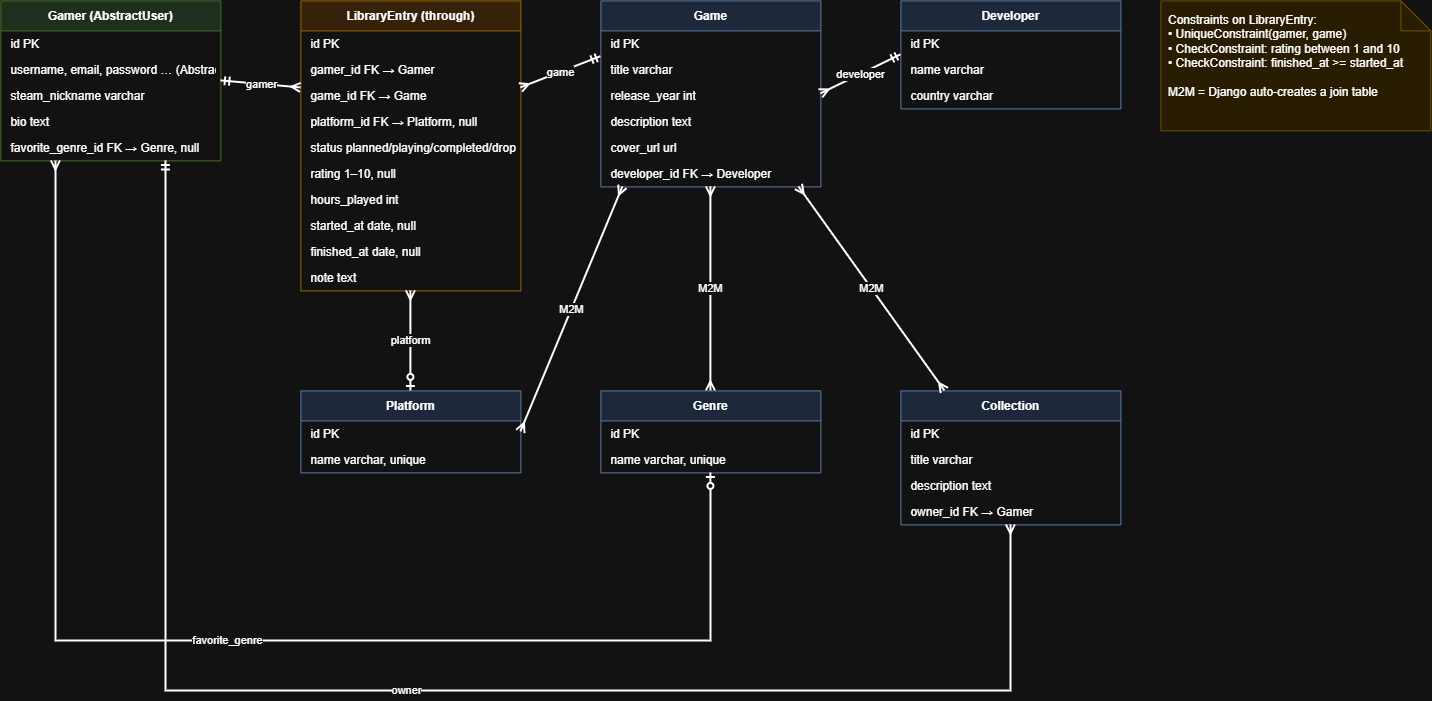
Earlier version of the draw.io export docs/backlog_vault_db.png (CemXokenc/backlog_vault). Source tidied: cells renumbered, new cells last; positions are measured from the earlier drawing's top-left corner, leaving out a move shared by most shapes. The source it was exported from:
```xml
<mxGraphModel>
  <root>
    <mxCell id="0" />
    <mxCell id="1" parent="0" />
    <mxCell id="2" value="Gamer (AbstractUser)" style="swimlane;fontStyle=1;horizontal=1;startSize=30;fillColor=#d5e8d4;strokeColor=#82b366;" parent="1" vertex="1">
      <mxGeometry width="220" height="160" as="geometry" />
    </mxCell>
    <mxCell id="3" value="id  PK" style="text;strokeColor=none;fillColor=none;align=left;verticalAlign=middle;spacingLeft=8;spacingRight=4;overflow=hidden;fontSize=12;" parent="2" vertex="1">
      <mxGeometry y="30" width="220" height="26" as="geometry" />
    </mxCell>
    <mxCell id="4" value="username, email, password … (AbstractUser)" style="text;strokeColor=none;fillColor=none;align=left;verticalAlign=middle;spacingLeft=8;spacingRight=4;overflow=hidden;fontSize=12;" parent="2" vertex="1">
      <mxGeometry y="56" width="220" height="26" as="geometry" />
    </mxCell>
    <mxCell id="5" value="steam_nickname  varchar" style="text;strokeColor=none;fillColor=none;align=left;verticalAlign=middle;spacingLeft=8;spacingRight=4;overflow=hidden;fontSize=12;" parent="2" vertex="1">
      <mxGeometry y="82" width="220" height="26" as="geometry" />
    </mxCell>
    <mxCell id="6" value="bio  text" style="text;strokeColor=none;fillColor=none;align=left;verticalAlign=middle;spacingLeft=8;spacingRight=4;overflow=hidden;fontSize=12;" parent="2" vertex="1">
      <mxGeometry y="108" width="220" height="26" as="geometry" />
    </mxCell>
    <mxCell id="7" value="favorite_genre_id  FK → Genre, null" style="text;strokeColor=none;fillColor=none;align=left;verticalAlign=middle;spacingLeft=8;spacingRight=4;overflow=hidden;fontSize=12;" parent="2" vertex="1">
      <mxGeometry y="134" width="220" height="26" as="geometry" />
    </mxCell>
    <mxCell id="8" value="LibraryEntry (through)" style="swimlane;fontStyle=1;horizontal=1;startSize=30;fillColor=#ffe6cc;strokeColor=#d79b00;" parent="1" vertex="1">
      <mxGeometry x="300" width="220" height="290" as="geometry" />
    </mxCell>
    <mxCell id="9" value="id  PK" style="text;strokeColor=none;fillColor=none;align=left;verticalAlign=middle;spacingLeft=8;spacingRight=4;overflow=hidden;fontSize=12;" parent="8" vertex="1">
      <mxGeometry y="30" width="220" height="26" as="geometry" />
    </mxCell>
    <mxCell id="10" value="gamer_id  FK → Gamer" style="text;strokeColor=none;fillColor=none;align=left;verticalAlign=middle;spacingLeft=8;spacingRight=4;overflow=hidden;fontSize=12;" parent="8" vertex="1">
      <mxGeometry y="56" width="220" height="26" as="geometry" />
    </mxCell>
    <mxCell id="11" value="game_id  FK → Game" style="text;strokeColor=none;fillColor=none;align=left;verticalAlign=middle;spacingLeft=8;spacingRight=4;overflow=hidden;fontSize=12;" parent="8" vertex="1">
      <mxGeometry y="82" width="220" height="26" as="geometry" />
    </mxCell>
    <mxCell id="12" value="platform_id  FK → Platform, null" style="text;strokeColor=none;fillColor=none;align=left;verticalAlign=middle;spacingLeft=8;spacingRight=4;overflow=hidden;fontSize=12;" parent="8" vertex="1">
      <mxGeometry y="108" width="220" height="26" as="geometry" />
    </mxCell>
    <mxCell id="13" value="status  planned/playing/completed/dropped" style="text;strokeColor=none;fillColor=none;align=left;verticalAlign=middle;spacingLeft=8;spacingRight=4;overflow=hidden;fontSize=12;" parent="8" vertex="1">
      <mxGeometry y="134" width="220" height="26" as="geometry" />
    </mxCell>
    <mxCell id="14" value="rating  1–10, null" style="text;strokeColor=none;fillColor=none;align=left;verticalAlign=middle;spacingLeft=8;spacingRight=4;overflow=hidden;fontSize=12;" parent="8" vertex="1">
      <mxGeometry y="160" width="220" height="26" as="geometry" />
    </mxCell>
    <mxCell id="15" value="hours_played  int" style="text;strokeColor=none;fillColor=none;align=left;verticalAlign=middle;spacingLeft=8;spacingRight=4;overflow=hidden;fontSize=12;" parent="8" vertex="1">
      <mxGeometry y="186" width="220" height="26" as="geometry" />
    </mxCell>
    <mxCell id="16" value="started_at  date, null" style="text;strokeColor=none;fillColor=none;align=left;verticalAlign=middle;spacingLeft=8;spacingRight=4;overflow=hidden;fontSize=12;" parent="8" vertex="1">
      <mxGeometry y="212" width="220" height="26" as="geometry" />
    </mxCell>
    <mxCell id="17" value="finished_at  date, null" style="text;strokeColor=none;fillColor=none;align=left;verticalAlign=middle;spacingLeft=8;spacingRight=4;overflow=hidden;fontSize=12;" parent="8" vertex="1">
      <mxGeometry y="238" width="220" height="26" as="geometry" />
    </mxCell>
    <mxCell id="18" value="note  text" style="text;strokeColor=none;fillColor=none;align=left;verticalAlign=middle;spacingLeft=8;spacingRight=4;overflow=hidden;fontSize=12;" parent="8" vertex="1">
      <mxGeometry y="264" width="220" height="26" as="geometry" />
    </mxCell>
    <mxCell id="19" value="Game" style="swimlane;fontStyle=1;horizontal=1;startSize=30;fillColor=#dae8fc;strokeColor=#6c8ebf;" parent="1" vertex="1">
      <mxGeometry x="600" width="220" height="186" as="geometry" />
    </mxCell>
    <mxCell id="20" value="id  PK" style="text;strokeColor=none;fillColor=none;align=left;verticalAlign=middle;spacingLeft=8;spacingRight=4;overflow=hidden;fontSize=12;" parent="19" vertex="1">
      <mxGeometry y="30" width="220" height="26" as="geometry" />
    </mxCell>
    <mxCell id="21" value="title  varchar" style="text;strokeColor=none;fillColor=none;align=left;verticalAlign=middle;spacingLeft=8;spacingRight=4;overflow=hidden;fontSize=12;" parent="19" vertex="1">
      <mxGeometry y="56" width="220" height="26" as="geometry" />
    </mxCell>
    <mxCell id="22" value="release_year  int" style="text;strokeColor=none;fillColor=none;align=left;verticalAlign=middle;spacingLeft=8;spacingRight=4;overflow=hidden;fontSize=12;" parent="19" vertex="1">
      <mxGeometry y="82" width="220" height="26" as="geometry" />
    </mxCell>
    <mxCell id="23" value="description  text" style="text;strokeColor=none;fillColor=none;align=left;verticalAlign=middle;spacingLeft=8;spacingRight=4;overflow=hidden;fontSize=12;" parent="19" vertex="1">
      <mxGeometry y="108" width="220" height="26" as="geometry" />
    </mxCell>
    <mxCell id="24" value="cover_url  url" style="text;strokeColor=none;fillColor=none;align=left;verticalAlign=middle;spacingLeft=8;spacingRight=4;overflow=hidden;fontSize=12;" parent="19" vertex="1">
      <mxGeometry y="134" width="220" height="26" as="geometry" />
    </mxCell>
    <mxCell id="25" value="developer_id  FK → Developer" style="text;strokeColor=none;fillColor=none;align=left;verticalAlign=middle;spacingLeft=8;spacingRight=4;overflow=hidden;fontSize=12;" parent="19" vertex="1">
      <mxGeometry y="160" width="220" height="26" as="geometry" />
    </mxCell>
    <mxCell id="26" value="Developer" style="swimlane;fontStyle=1;horizontal=1;startSize=30;fillColor=#dae8fc;strokeColor=#6c8ebf;" parent="1" vertex="1">
      <mxGeometry x="900" width="220" height="108" as="geometry" />
    </mxCell>
    <mxCell id="27" value="id  PK" style="text;strokeColor=none;fillColor=none;align=left;verticalAlign=middle;spacingLeft=8;spacingRight=4;overflow=hidden;fontSize=12;" parent="26" vertex="1">
      <mxGeometry y="30" width="220" height="26" as="geometry" />
    </mxCell>
    <mxCell id="28" value="name  varchar" style="text;strokeColor=none;fillColor=none;align=left;verticalAlign=middle;spacingLeft=8;spacingRight=4;overflow=hidden;fontSize=12;" parent="26" vertex="1">
      <mxGeometry y="56" width="220" height="26" as="geometry" />
    </mxCell>
    <mxCell id="29" value="country  varchar" style="text;strokeColor=none;fillColor=none;align=left;verticalAlign=middle;spacingLeft=8;spacingRight=4;overflow=hidden;fontSize=12;" parent="26" vertex="1">
      <mxGeometry y="82" width="220" height="26" as="geometry" />
    </mxCell>
    <mxCell id="30" value="Platform" style="swimlane;fontStyle=1;horizontal=1;startSize=30;fillColor=#dae8fc;strokeColor=#6c8ebf;" parent="1" vertex="1">
      <mxGeometry x="300" y="390" width="220" height="82" as="geometry" />
    </mxCell>
    <mxCell id="31" value="id  PK" style="text;strokeColor=none;fillColor=none;align=left;verticalAlign=middle;spacingLeft=8;spacingRight=4;overflow=hidden;fontSize=12;" parent="30" vertex="1">
      <mxGeometry y="30" width="220" height="26" as="geometry" />
    </mxCell>
    <mxCell id="32" value="name  varchar, unique" style="text;strokeColor=none;fillColor=none;align=left;verticalAlign=middle;spacingLeft=8;spacingRight=4;overflow=hidden;fontSize=12;" parent="30" vertex="1">
      <mxGeometry y="56" width="220" height="26" as="geometry" />
    </mxCell>
    <mxCell id="33" value="Genre" style="swimlane;fontStyle=1;horizontal=1;startSize=30;fillColor=#dae8fc;strokeColor=#6c8ebf;" parent="1" vertex="1">
      <mxGeometry x="600" y="390" width="220" height="82" as="geometry" />
    </mxCell>
    <mxCell id="34" value="id  PK" style="text;strokeColor=none;fillColor=none;align=left;verticalAlign=middle;spacingLeft=8;spacingRight=4;overflow=hidden;fontSize=12;" parent="33" vertex="1">
      <mxGeometry y="30" width="220" height="26" as="geometry" />
    </mxCell>
    <mxCell id="35" value="name  varchar, unique" style="text;strokeColor=none;fillColor=none;align=left;verticalAlign=middle;spacingLeft=8;spacingRight=4;overflow=hidden;fontSize=12;" parent="33" vertex="1">
      <mxGeometry y="56" width="220" height="26" as="geometry" />
    </mxCell>
    <mxCell id="36" value="Collection" style="swimlane;fontStyle=1;horizontal=1;startSize=30;fillColor=#dae8fc;strokeColor=#6c8ebf;" parent="1" vertex="1">
      <mxGeometry x="900" y="390" width="220" height="134" as="geometry" />
    </mxCell>
    <mxCell id="37" value="id  PK" style="text;strokeColor=none;fillColor=none;align=left;verticalAlign=middle;spacingLeft=8;spacingRight=4;overflow=hidden;fontSize=12;" parent="36" vertex="1">
      <mxGeometry y="30" width="220" height="26" as="geometry" />
    </mxCell>
    <mxCell id="38" value="title  varchar" style="text;strokeColor=none;fillColor=none;align=left;verticalAlign=middle;spacingLeft=8;spacingRight=4;overflow=hidden;fontSize=12;" parent="36" vertex="1">
      <mxGeometry y="56" width="220" height="26" as="geometry" />
    </mxCell>
    <mxCell id="39" value="description  text" style="text;strokeColor=none;fillColor=none;align=left;verticalAlign=middle;spacingLeft=8;spacingRight=4;overflow=hidden;fontSize=12;" parent="36" vertex="1">
      <mxGeometry y="82" width="220" height="26" as="geometry" />
    </mxCell>
    <mxCell id="40" value="owner_id  FK → Gamer" style="text;strokeColor=none;fillColor=none;align=left;verticalAlign=middle;spacingLeft=8;spacingRight=4;overflow=hidden;fontSize=12;" parent="36" vertex="1">
      <mxGeometry y="108" width="220" height="26" as="geometry" />
    </mxCell>
    <mxCell id="41" value="gamer" style="html=1;rounded=0;startArrow=ERmany;endArrow=ERmandOne;startFill=0;endFill=0;strokeWidth=2;exitX=0;exitY=0.3;entryX=1;entryY=0.5;" parent="1" edge="1" source="8" target="2">
      <mxGeometry relative="1" as="geometry" />
    </mxCell>
    <mxCell id="42" value="game" style="html=1;rounded=0;startArrow=ERmany;endArrow=ERmandOne;startFill=0;endFill=0;strokeWidth=2;exitX=1;exitY=0.3;entryX=0;entryY=0.3;" parent="1" edge="1" source="8" target="19">
      <mxGeometry relative="1" as="geometry" />
    </mxCell>
    <mxCell id="43" value="developer" style="html=1;rounded=0;startArrow=ERmany;endArrow=ERmandOne;startFill=0;endFill=0;strokeWidth=2;exitX=1;exitY=0.5;entryX=0;entryY=0.5;" parent="1" edge="1" source="19" target="26">
      <mxGeometry relative="1" as="geometry" />
    </mxCell>
    <mxCell id="44" value="platform" style="html=1;rounded=0;startArrow=ERmany;endArrow=ERzeroToOne;startFill=0;endFill=0;strokeWidth=2;exitX=0.5;exitY=1;entryX=0.5;entryY=0;" parent="1" edge="1" source="8" target="30">
      <mxGeometry relative="1" as="geometry" />
    </mxCell>
    <mxCell id="45" value="M2M" style="html=1;rounded=0;startArrow=ERmany;endArrow=ERmany;startFill=0;endFill=0;strokeWidth=2;exitX=0.5;exitY=1;entryX=0.5;entryY=0;" parent="1" edge="1" source="19" target="33">
      <mxGeometry relative="1" as="geometry" />
    </mxCell>
    <mxCell id="46" value="M2M" style="html=1;rounded=0;startArrow=ERmany;endArrow=ERmany;startFill=0;endFill=0;strokeWidth=2;exitX=0.1;exitY=1;entryX=1;entryY=0.5;" parent="1" edge="1" source="19" target="30">
      <mxGeometry relative="1" as="geometry" />
    </mxCell>
    <mxCell id="47" value="M2M" style="html=1;rounded=0;startArrow=ERmany;endArrow=ERmany;startFill=0;endFill=0;strokeWidth=2;exitX=0.2;exitY=0;entryX=0.9;entryY=1;" parent="1" edge="1" source="36" target="19">
      <mxGeometry relative="1" as="geometry" />
    </mxCell>
    <mxCell id="48" value="favorite_genre" style="html=1;rounded=0;startArrow=ERmany;endArrow=ERzeroToOne;startFill=0;endFill=0;strokeWidth=2;edgeStyle=orthogonalEdgeStyle;exitX=0.25;exitY=1;entryX=0.5;entryY=1;" parent="1" edge="1" source="2" target="33">
      <mxGeometry relative="1" as="geometry">
        <Array as="points">
          <mxPoint x="55" y="640" />
          <mxPoint x="710" y="640" />
        </Array>
      </mxGeometry>
    </mxCell>
    <mxCell id="49" value="owner" style="html=1;rounded=0;startArrow=ERmany;endArrow=ERmandOne;startFill=0;endFill=0;strokeWidth=2;edgeStyle=orthogonalEdgeStyle;exitX=0.5;exitY=1;entryX=0.75;entryY=1;" parent="1" edge="1" source="36" target="2">
      <mxGeometry relative="1" as="geometry">
        <Array as="points">
          <mxPoint x="1010" y="690" />
          <mxPoint x="165" y="690" />
        </Array>
      </mxGeometry>
    </mxCell>
    <mxCell id="50" value="Constraints on LibraryEntry:&#10;• UniqueConstraint(gamer, game)&#10;• CheckConstraint: rating between 1 and 10&#10;• CheckConstraint: finished_at &gt;= started_at&#10;&#10;M2M = Django auto-creates a join table" style="shape=note;whiteSpace=wrap;html=1;align=left;verticalAlign=top;spacing=8;fillColor=#fff2cc;strokeColor=#d6b656;" parent="1" vertex="1">
      <mxGeometry x="1160" width="270" height="130" as="geometry" />
    </mxCell>
  </root>
</mxGraphModel>
```
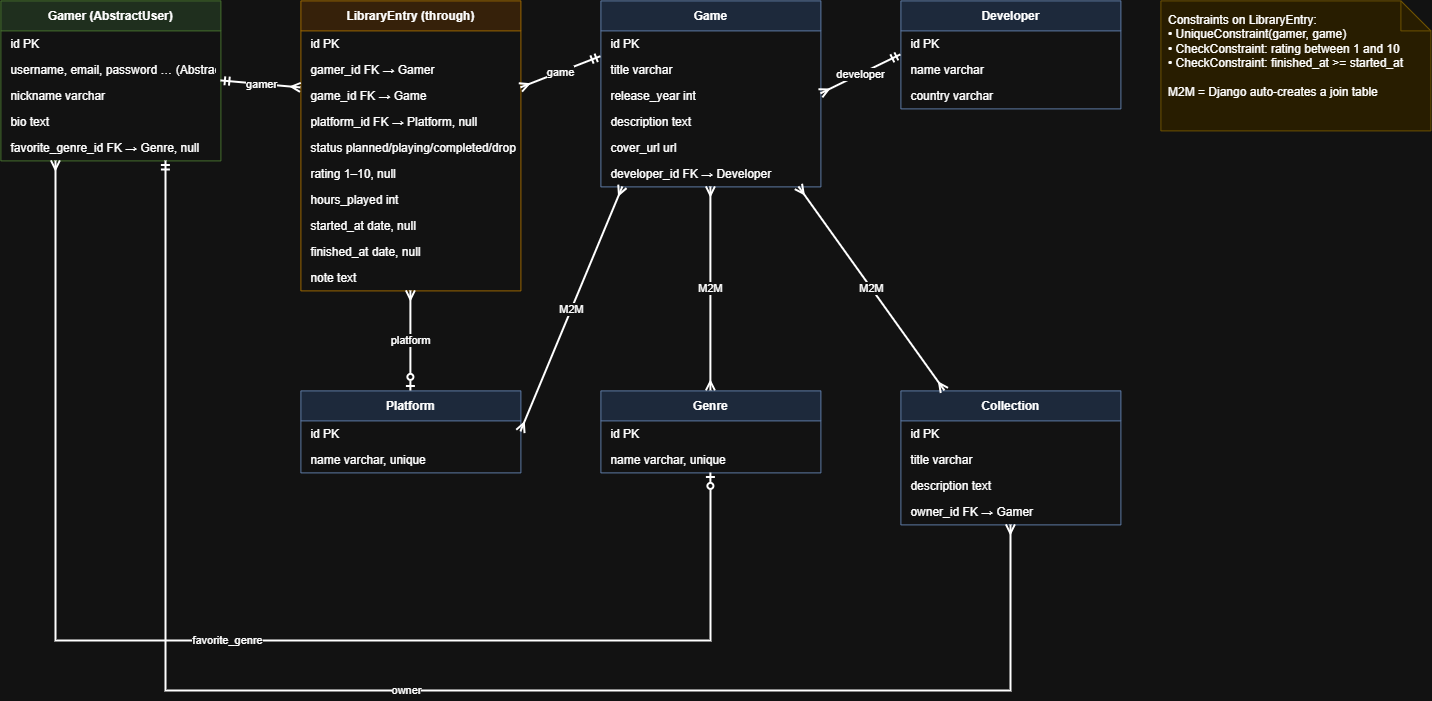
The same diagram one commit later.

Commit message:
update Gamer nickname field in db diagram

Change to the diagram source:
```diff
@@ -11,7 +11,7 @@
     <mxCell id="4" value="username, email, password … (AbstractUser)" style="text;strokeColor=none;fillColor=none;align=left;verticalAlign=middle;spacingLeft=8;spacingRight=4;overflow=hidden;fontSize=12;" parent="2" vertex="1">
       <mxGeometry y="56" width="220" height="26" as="geometry" />
     </mxCell>
-    <mxCell id="5" value="steam_nickname  varchar" style="text;strokeColor=none;fillColor=none;align=left;verticalAlign=middle;spacingLeft=8;spacingRight=4;overflow=hidden;fontSize=12;" parent="2" vertex="1">
+    <mxCell id="5" value="nickname  varchar" style="text;strokeColor=none;fillColor=none;align=left;verticalAlign=middle;spacingLeft=8;spacingRight=4;overflow=hidden;fontSize=12;" parent="2" vertex="1">
       <mxGeometry y="82" width="220" height="26" as="geometry" />
     </mxCell>
     <mxCell id="6" value="bio  text" style="text;strokeColor=none;fillColor=none;align=left;verticalAlign=middle;spacingLeft=8;spacingRight=4;overflow=hidden;fontSize=12;" parent="2" vertex="1">
```
